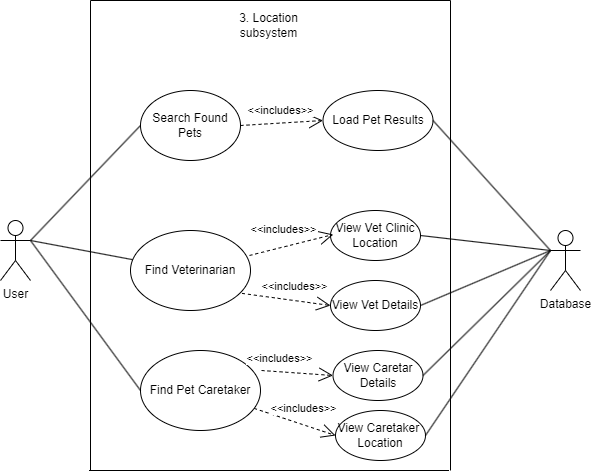
COS301-SE-2024/TailWaggr keeps this draw.io diagram as docs/doc_images/Location.png. Above is the earlier version. Source tidied: cells renumbered, new cells last; positions are measured from the earlier drawing's top-left corner, leaving out a move shared by most shapes. The source it was exported from:
```xml
<mxGraphModel>
  <root>
    <mxCell id="0" />
    <mxCell id="1" parent="0" />
    <mxCell id="2" value="Search Found Pets" style="ellipse;whiteSpace=wrap;html=1;" parent="1" vertex="1">
      <mxGeometry x="140" y="90" width="100" height="70" as="geometry" />
    </mxCell>
    <mxCell id="3" value="Find Veterinarian" style="ellipse;whiteSpace=wrap;html=1;" parent="1" vertex="1">
      <mxGeometry x="130" y="230" width="120" height="80" as="geometry" />
    </mxCell>
    <mxCell id="4" value="Database" style="shape=umlActor;verticalLabelPosition=bottom;verticalAlign=top;html=1;outlineConnect=0;" parent="1" vertex="1">
      <mxGeometry x="550" y="230" width="30" height="60" as="geometry" />
    </mxCell>
    <mxCell id="5" style="endArrow=none;html=1;rounded=0;" parent="1" edge="1" target="3">
      <mxGeometry relative="1" as="geometry">
        <mxPoint x="30" y="240" as="sourcePoint" />
      </mxGeometry>
    </mxCell>
    <mxCell id="6" style="endArrow=none;html=1;rounded=0;" parent="1" edge="1">
      <mxGeometry relative="1" as="geometry">
        <mxPoint x="90" y="470" as="sourcePoint" />
        <mxPoint x="90" as="targetPoint" />
      </mxGeometry>
    </mxCell>
    <mxCell id="7" style="endArrow=none;html=1;rounded=0;" parent="1" edge="1">
      <mxGeometry relative="1" as="geometry">
        <mxPoint x="450" as="sourcePoint" />
        <mxPoint x="90" as="targetPoint" />
      </mxGeometry>
    </mxCell>
    <mxCell id="8" style="endArrow=none;html=1;rounded=0;" parent="1" edge="1">
      <mxGeometry relative="1" as="geometry">
        <mxPoint x="450" y="470" as="sourcePoint" />
        <mxPoint x="450" as="targetPoint" />
      </mxGeometry>
    </mxCell>
    <mxCell id="9" style="endArrow=none;html=1;rounded=0;" parent="1" edge="1">
      <mxGeometry relative="1" as="geometry">
        <mxPoint x="88.5" y="470" as="sourcePoint" />
        <mxPoint x="448.5" y="470" as="targetPoint" />
      </mxGeometry>
    </mxCell>
    <mxCell id="10" value="3. Location subsystem" style="text;html=1;align=center;verticalAlign=middle;whiteSpace=wrap;rounded=0;" parent="1" vertex="1">
      <mxGeometry x="230" y="10" width="77" height="30" as="geometry" />
    </mxCell>
    <mxCell id="11" value="Load Pet Results" style="ellipse;whiteSpace=wrap;html=1;" parent="1" vertex="1">
      <mxGeometry x="322.5" y="90" width="110" height="60" as="geometry" />
    </mxCell>
    <mxCell id="12" value="View Vet Clinic Location" style="ellipse;whiteSpace=wrap;html=1;" parent="1" vertex="1">
      <mxGeometry x="330" y="210" width="90" height="50" as="geometry" />
    </mxCell>
    <mxCell id="13" value="View Vet Details" style="ellipse;whiteSpace=wrap;html=1;" parent="1" vertex="1">
      <mxGeometry x="330" y="280" width="90" height="50" as="geometry" />
    </mxCell>
    <mxCell id="14" value="&amp;lt;&amp;lt;includes&amp;gt;&amp;gt;" style="endArrow=open;endSize=12;dashed=1;html=1;rounded=0;exitX=1;exitY=0.5;exitDx=0;exitDy=0;entryX=0;entryY=0.5;entryDx=0;entryDy=0;" parent="1" edge="1" source="2" target="11">
      <mxGeometry x="-0.01" y="13" relative="1" as="geometry" />
    </mxCell>
    <mxCell id="15" value="&amp;lt;&amp;lt;includes&amp;gt;&amp;gt;" style="endArrow=open;endSize=12;dashed=1;html=1;rounded=0;entryX=0;entryY=0.5;entryDx=0;entryDy=0;" parent="1" edge="1">
      <mxGeometry x="-0.09" y="17" relative="1" as="geometry">
        <mxPoint x="249" y="255" as="sourcePoint" />
        <mxPoint x="332.8" y="234" as="targetPoint" />
      </mxGeometry>
    </mxCell>
    <mxCell id="16" value="&amp;lt;&amp;lt;includes&amp;gt;&amp;gt;" style="endArrow=open;endSize=12;dashed=1;html=1;rounded=0;exitX=0.929;exitY=0.786;exitDx=0;exitDy=0;exitPerimeter=0;entryX=0;entryY=0.5;entryDx=0;entryDy=0;" parent="1" edge="1" source="3" target="13">
      <mxGeometry x="0.14" y="14" relative="1" as="geometry" />
    </mxCell>
    <mxCell id="17" style="endArrow=none;html=1;rounded=0;entryX=0;entryY=0.5;entryDx=0;entryDy=0;" parent="1" edge="1" target="2">
      <mxGeometry relative="1" as="geometry">
        <mxPoint x="30" y="240" as="sourcePoint" />
      </mxGeometry>
    </mxCell>
    <mxCell id="18" value="Find Pet Caretaker" style="ellipse;whiteSpace=wrap;html=1;" parent="1" vertex="1">
      <mxGeometry x="140" y="350" width="120" height="80" as="geometry" />
    </mxCell>
    <mxCell id="19" value="View Caretar Details" style="ellipse;whiteSpace=wrap;html=1;" parent="1" vertex="1">
      <mxGeometry x="332.5" y="350" width="90" height="50" as="geometry" />
    </mxCell>
    <mxCell id="20" value="View Caretaker&amp;nbsp;&lt;div&gt;Location&lt;/div&gt;" style="ellipse;whiteSpace=wrap;html=1;" parent="1" vertex="1">
      <mxGeometry x="335" y="410" width="90" height="50" as="geometry" />
    </mxCell>
    <mxCell id="21" value="&amp;lt;&amp;lt;includes&amp;gt;&amp;gt;" style="endArrow=open;endSize=12;dashed=1;html=1;rounded=0;entryX=0;entryY=0.5;entryDx=0;entryDy=0;" parent="1" edge="1" target="19">
      <mxGeometry x="-0.52" y="13" relative="1" as="geometry">
        <mxPoint x="261" y="370" as="sourcePoint" />
      </mxGeometry>
    </mxCell>
    <mxCell id="22" value="&amp;lt;&amp;lt;includes&amp;gt;&amp;gt;" style="endArrow=open;endSize=12;dashed=1;html=1;rounded=0;entryX=0;entryY=0.5;entryDx=0;entryDy=0;" parent="1" edge="1" source="18" target="20">
      <mxGeometry x="0.09" y="16" relative="1" as="geometry" />
    </mxCell>
    <mxCell id="23" style="endArrow=none;html=1;rounded=0;entryX=0;entryY=0.5;entryDx=0;entryDy=0;" parent="1" edge="1" target="18">
      <mxGeometry relative="1" as="geometry">
        <mxPoint x="30" y="240" as="sourcePoint" />
      </mxGeometry>
    </mxCell>
    <mxCell id="24" value="User" style="shape=umlActor;verticalLabelPosition=bottom;verticalAlign=top;html=1;" parent="1" vertex="1">
      <mxGeometry y="220" width="30" height="60" as="geometry" />
    </mxCell>
    <mxCell id="25" style="endArrow=none;html=1;rounded=0;entryX=1;entryY=0.5;entryDx=0;entryDy=0;exitX=0;exitY=0.3333333333333333;exitDx=0;exitDy=0;exitPerimeter=0;" parent="1" edge="1" source="4" target="11">
      <mxGeometry relative="1" as="geometry" />
    </mxCell>
    <mxCell id="26" style="endArrow=none;html=1;rounded=0;entryX=1;entryY=0.5;entryDx=0;entryDy=0;" parent="1" edge="1" target="12">
      <mxGeometry relative="1" as="geometry">
        <mxPoint x="550" y="250" as="sourcePoint" />
      </mxGeometry>
    </mxCell>
    <mxCell id="27" style="endArrow=none;html=1;rounded=0;entryX=1;entryY=0.5;entryDx=0;entryDy=0;" parent="1" edge="1" target="13">
      <mxGeometry relative="1" as="geometry">
        <mxPoint x="550" y="250" as="sourcePoint" />
      </mxGeometry>
    </mxCell>
    <mxCell id="28" style="endArrow=none;html=1;rounded=0;entryX=1;entryY=0.5;entryDx=0;entryDy=0;" parent="1" edge="1" target="19">
      <mxGeometry relative="1" as="geometry">
        <mxPoint x="550" y="250" as="sourcePoint" />
      </mxGeometry>
    </mxCell>
    <mxCell id="29" style="endArrow=none;html=1;rounded=0;entryX=1;entryY=0.5;entryDx=0;entryDy=0;" parent="1" edge="1" target="20">
      <mxGeometry relative="1" as="geometry">
        <mxPoint x="550" y="250" as="sourcePoint" />
      </mxGeometry>
    </mxCell>
  </root>
</mxGraphModel>
```
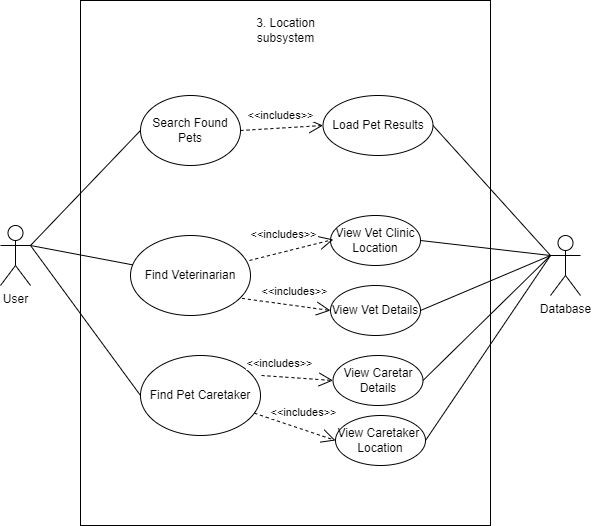
Above is the later version.

Diff of the diagram source:
```diff
@@ -2,6 +2,9 @@
   <root>
     <mxCell id="0" />
     <mxCell id="1" parent="0" />
+    <mxCell id="30" style="rounded=0;whiteSpace=wrap;html=1;" parent="1" vertex="1">
+      <mxGeometry x="80" y="-5" width="410" height="525" as="geometry" />
+    </mxCell>
     <mxCell id="2" value="Search Found Pets" style="ellipse;whiteSpace=wrap;html=1;" parent="1" vertex="1">
       <mxGeometry x="140" y="90" width="100" height="70" as="geometry" />
     </mxCell>
@@ -16,32 +19,8 @@
         <mxPoint x="30" y="240" as="sourcePoint" />
       </mxGeometry>
     </mxCell>
-    <mxCell id="6" style="endArrow=none;html=1;rounded=0;" parent="1" edge="1">
-      <mxGeometry relative="1" as="geometry">
-        <mxPoint x="90" y="470" as="sourcePoint" />
-        <mxPoint x="90" as="targetPoint" />
-      </mxGeometry>
-    </mxCell>
-    <mxCell id="7" style="endArrow=none;html=1;rounded=0;" parent="1" edge="1">
-      <mxGeometry relative="1" as="geometry">
-        <mxPoint x="450" as="sourcePoint" />
-        <mxPoint x="90" as="targetPoint" />
-      </mxGeometry>
-    </mxCell>
-    <mxCell id="8" style="endArrow=none;html=1;rounded=0;" parent="1" edge="1">
-      <mxGeometry relative="1" as="geometry">
-        <mxPoint x="450" y="470" as="sourcePoint" />
-        <mxPoint x="450" as="targetPoint" />
-      </mxGeometry>
-    </mxCell>
-    <mxCell id="9" style="endArrow=none;html=1;rounded=0;" parent="1" edge="1">
-      <mxGeometry relative="1" as="geometry">
-        <mxPoint x="88.5" y="470" as="sourcePoint" />
-        <mxPoint x="448.5" y="470" as="targetPoint" />
-      </mxGeometry>
-    </mxCell>
     <mxCell id="10" value="3. Location subsystem" style="text;html=1;align=center;verticalAlign=middle;whiteSpace=wrap;rounded=0;" parent="1" vertex="1">
-      <mxGeometry x="230" y="10" width="77" height="30" as="geometry" />
+      <mxGeometry x="246.5" y="10" width="77" height="30" as="geometry" />
     </mxCell>
     <mxCell id="11" value="Load Pet Results" style="ellipse;whiteSpace=wrap;html=1;" parent="1" vertex="1">
       <mxGeometry x="322.5" y="90" width="110" height="60" as="geometry" />
```
